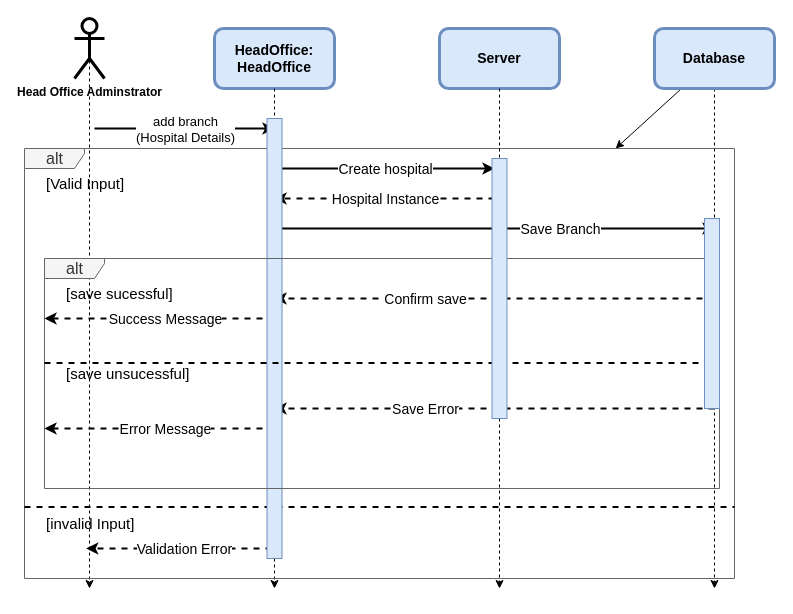
The draw.io diagram UseCase_Diagram/Biruh/addBranch.dio in Nama21yo/SDS-EMR, before the edit. Source tidied: cells renumbered, new cells numbered last; positions are measured from the earlier drawing's top-left corner, leaving out a move shared by most shapes. Both pictures are drawn from the tidied source at 100%, with x=0, y=0 at pixel (24, 18).
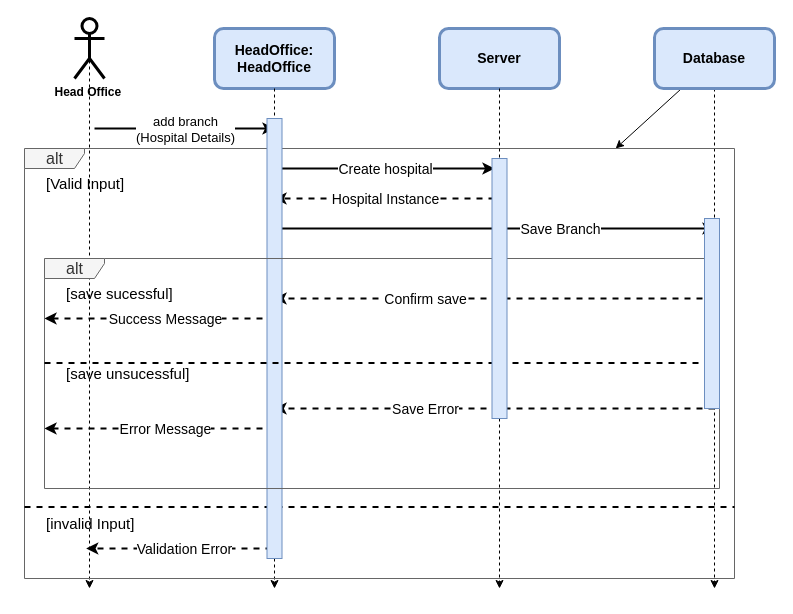
After the change.

Commit message (it also covers changes not shown here):
state_diagram

Change to the diagram source:
```diff
@@
-    <mxCell id="3" value="&lt;b&gt;Head Office Adminstrator&lt;/b&gt;" style="shape=umlActor;verticalLabelPosition=bottom;verticalAlign=top;html=1;outlineConnect=0;strokeWidth=3;rounded=1;" parent="1" vertex="1">
+    <mxCell id="3" value="&lt;b&gt;Head Office&amp;nbsp;&lt;/b&gt;" style="shape=umlActor;verticalLabelPosition=bottom;verticalAlign=top;html=1;outlineConnect=0;strokeWidth=3;rounded=1;" parent="1" vertex="1">
       <mxGeometry x="50" width="30" height="60" as="geometry" />
     </mxCell>
```
